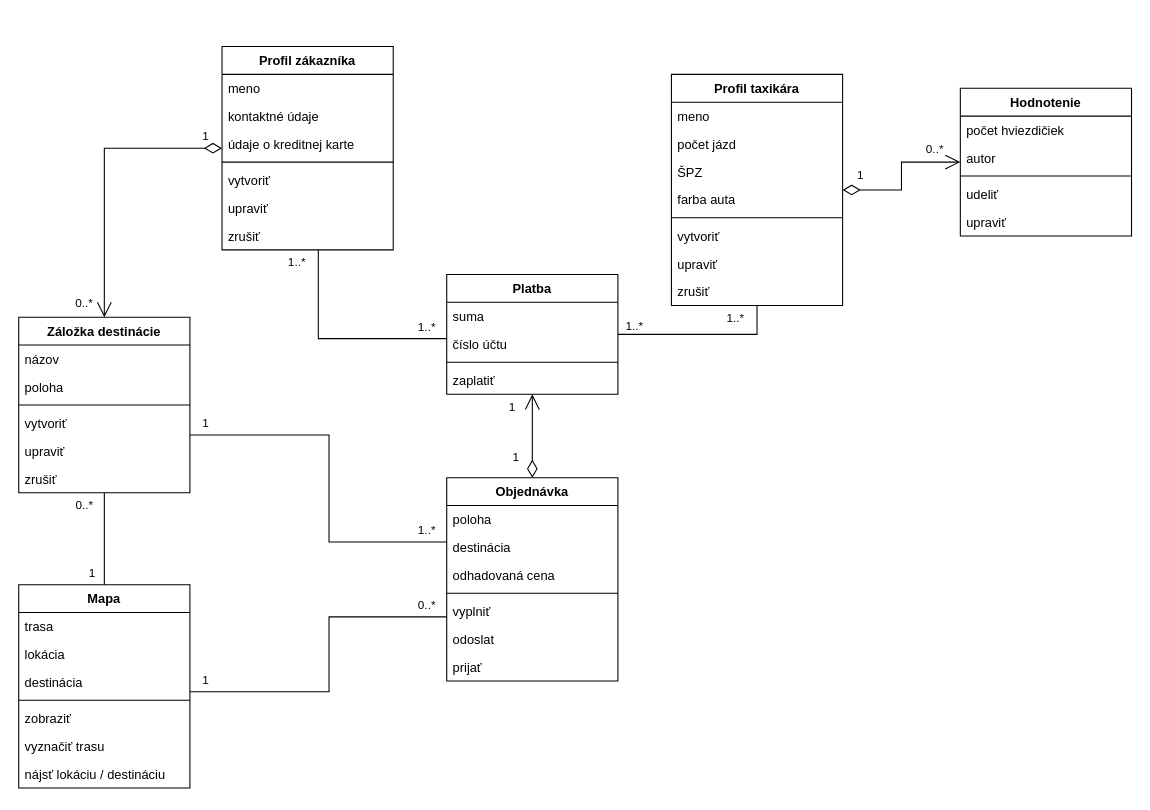
This is Untitled Diagram.drawio from Achatin/Diagrams, a draw.io file, before an edit. Source tidied: cells renumbered, new cells numbered last; positions are measured from the earlier drawing's top-left corner, leaving out a move shared by most shapes. Both pictures are drawn from the tidied source at 107%, with x=0, y=0 at pixel (18, 46).
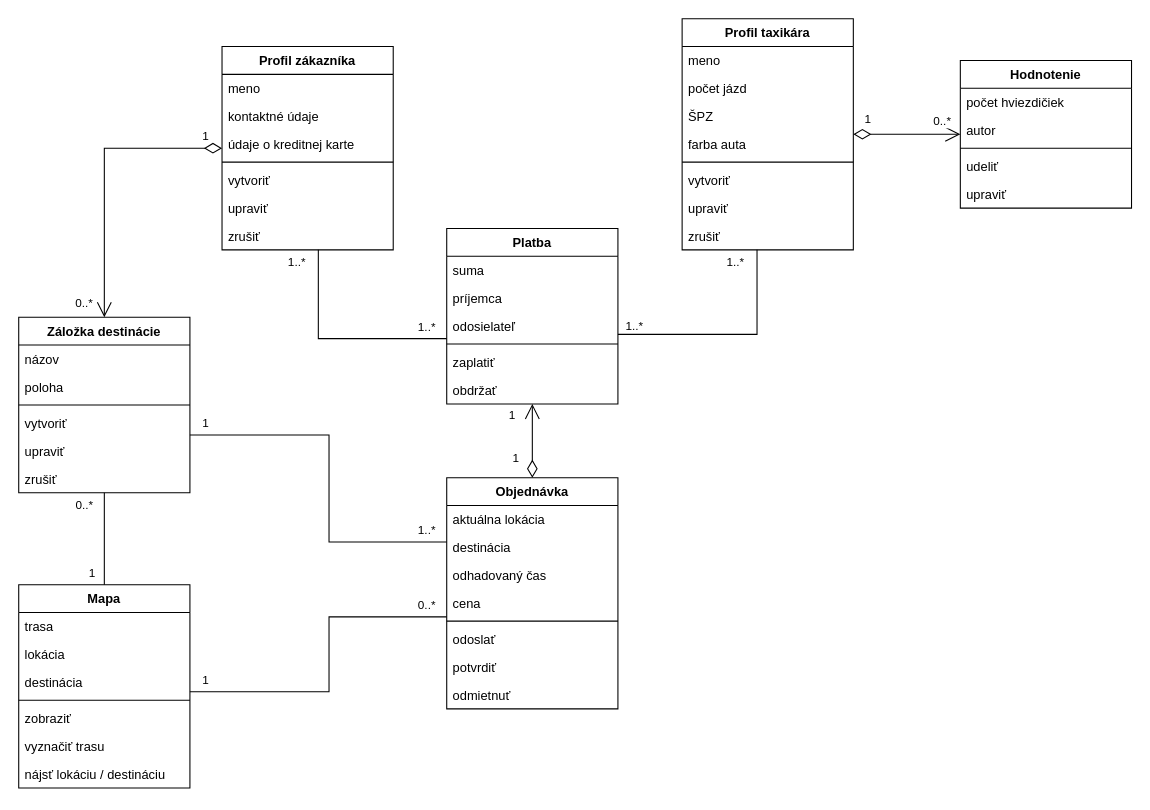
After the change.

Change to the diagram source:
```diff
@@
     <mxCell id="2" value="Objednávka" style="swimlane;fontStyle=1;align=center;verticalAlign=top;horizontal=1;startSize=26;" parent="1" vertex="1">
-      <mxGeometry x="400" y="403" width="160" height="190" as="geometry" />
+      <mxGeometry x="400" y="403" width="160" height="216" as="geometry" />
     </mxCell>
-    <mxCell id="3" value="poloha" style="text;strokeColor=none;fillColor=none;align=left;verticalAlign=top;spacingLeft=4;spacingRight=4;overflow=hidden;" parent="2" vertex="1">
+    <mxCell id="3" value="aktuálna lokácia" style="text;strokeColor=none;fillColor=none;align=left;verticalAlign=top;spacingLeft=4;spacingRight=4;overflow=hidden;" parent="2" vertex="1">
       <mxGeometry y="26" width="160" height="26" as="geometry" />
     </mxCell>
@@
-    <mxCell id="5" value="odhadovaná cena" style="text;strokeColor=none;fillColor=none;align=left;verticalAlign=top;spacingLeft=4;spacingRight=4;overflow=hidden;" parent="2" vertex="1">
+    <mxCell id="5" value="odhadovaný čas" style="text;strokeColor=none;fillColor=none;align=left;verticalAlign=top;spacingLeft=4;spacingRight=4;overflow=hidden;" parent="2" vertex="1">
       <mxGeometry y="78" width="160" height="26" as="geometry" />
     </mxCell>
+    <mxCell id="74" value="cena" style="text;strokeColor=none;fillColor=none;align=left;verticalAlign=top;spacingLeft=4;spacingRight=4;overflow=hidden;" parent="2" vertex="1">
+      <mxGeometry y="104" width="160" height="26" as="geometry" />
+    </mxCell>
     <mxCell id="6" style="line;strokeWidth=1;fillColor=none;align=left;verticalAlign=middle;spacingTop=-1;spacingLeft=3;spacingRight=3;labelPosition=right;" parent="2" vertex="1">
-      <mxGeometry y="104" width="160" height="8" as="geometry" />
+      <mxGeometry y="130" width="160" height="8" as="geometry" />
     </mxCell>
-    <mxCell id="7" value="vyplniť" style="text;strokeColor=none;fillColor=none;align=left;verticalAlign=top;spacingLeft=4;spacingRight=4;overflow=hidden;" parent="2" vertex="1">
-      <mxGeometry y="112" width="160" height="26" as="geometry" />
+    <mxCell id="7" value="odoslať" style="text;strokeColor=none;fillColor=none;align=left;verticalAlign=top;spacingLeft=4;spacingRight=4;overflow=hidden;" parent="2" vertex="1">
+      <mxGeometry y="138" width="160" height="26" as="geometry" />
     </mxCell>
-    <mxCell id="8" value="odoslat" style="text;strokeColor=none;fillColor=none;align=left;verticalAlign=top;spacingLeft=4;spacingRight=4;overflow=hidden;" parent="2" vertex="1">
-      <mxGeometry y="138" width="160" height="26" as="geometry" />
+    <mxCell id="8" value="potvrdiť" style="text;strokeColor=none;fillColor=none;align=left;verticalAlign=top;spacingLeft=4;spacingRight=4;overflow=hidden;" parent="2" vertex="1">
+      <mxGeometry y="164" width="160" height="26" as="geometry" />
     </mxCell>
-    <mxCell id="9" value="prijať" style="text;strokeColor=none;fillColor=none;align=left;verticalAlign=top;spacingLeft=4;spacingRight=4;overflow=hidden;" parent="2" vertex="1">
-      <mxGeometry y="164" width="160" height="26" as="geometry" />
+    <mxCell id="9" value="odmietnuť" style="text;strokeColor=none;fillColor=none;align=left;verticalAlign=top;spacingLeft=4;spacingRight=4;overflow=hidden;" parent="2" vertex="1">
+      <mxGeometry y="190" width="160" height="26" as="geometry" />
     </mxCell>
     <mxCell id="10" value="Hodnotenie" style="swimlane;fontStyle=1;align=center;verticalAlign=top;horizontal=1;startSize=26;" parent="1" vertex="1">
-      <mxGeometry x="880" y="39" width="160" height="138" as="geometry" />
+      <mxGeometry x="880" y="13" width="160" height="138" as="geometry" />
     </mxCell>
@@
     <mxCell id="16" value="Profil taxikára" style="swimlane;fontStyle=1;align=center;verticalAlign=top;horizontal=1;startSize=26;" parent="1" vertex="1">
-      <mxGeometry x="610" y="26" width="160" height="216" as="geometry" />
+      <mxGeometry x="620" y="-26" width="160" height="216" as="geometry" />
     </mxCell>
@@
     <mxCell id="25" value="Platba" style="swimlane;fontStyle=1;align=center;verticalAlign=top;horizontal=1;startSize=26;" parent="1" vertex="1">
-      <mxGeometry x="400" y="213" width="160" height="112" as="geometry" />
+      <mxGeometry x="400" y="170" width="160" height="164" as="geometry" />
     </mxCell>
@@
-    <mxCell id="27" value="číslo účtu" style="text;strokeColor=none;fillColor=none;align=left;verticalAlign=top;spacingLeft=4;spacingRight=4;overflow=hidden;" parent="25" vertex="1">
+    <mxCell id="27" value="príjemca" style="text;strokeColor=none;fillColor=none;align=left;verticalAlign=top;spacingLeft=4;spacingRight=4;overflow=hidden;" parent="25" vertex="1">
       <mxGeometry y="52" width="160" height="26" as="geometry" />
     </mxCell>
+    <mxCell id="75" value="odosielateľ" style="text;strokeColor=none;fillColor=none;align=left;verticalAlign=top;spacingLeft=4;spacingRight=4;overflow=hidden;" parent="25" vertex="1">
+      <mxGeometry y="78" width="160" height="26" as="geometry" />
+    </mxCell>
     <mxCell id="28" style="line;strokeWidth=1;fillColor=none;align=left;verticalAlign=middle;spacingTop=-1;spacingLeft=3;spacingRight=3;labelPosition=right;" parent="25" vertex="1">
-      <mxGeometry y="78" width="160" height="8" as="geometry" />
+      <mxGeometry y="104" width="160" height="8" as="geometry" />
     </mxCell>
     <mxCell id="29" value="zaplatiť" style="text;strokeColor=none;fillColor=none;align=left;verticalAlign=top;spacingLeft=4;spacingRight=4;overflow=hidden;" parent="25" vertex="1">
-      <mxGeometry y="86" width="160" height="26" as="geometry" />
+      <mxGeometry y="112" width="160" height="26" as="geometry" />
     </mxCell>
+    <mxCell id="76" value="obdržať" style="text;strokeColor=none;fillColor=none;align=left;verticalAlign=top;spacingLeft=4;spacingRight=4;overflow=hidden;" parent="25" vertex="1">
+      <mxGeometry y="138" width="160" height="26" as="geometry" />
+    </mxCell>
```
